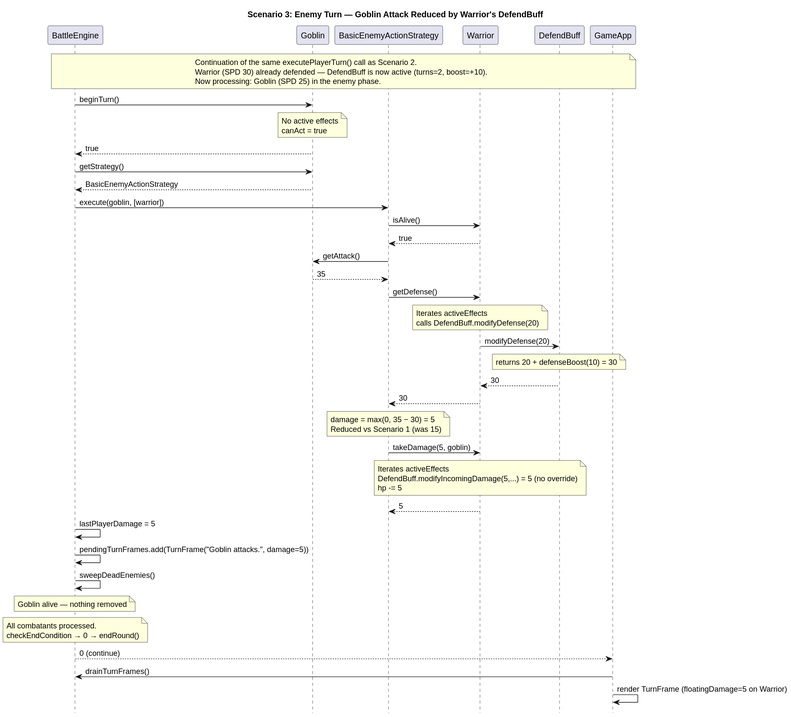
Earlier version of the PlantUML export newdiag/sequence/Sequence_3.svg (YongzhangLiu/sc2002-combat-arena).
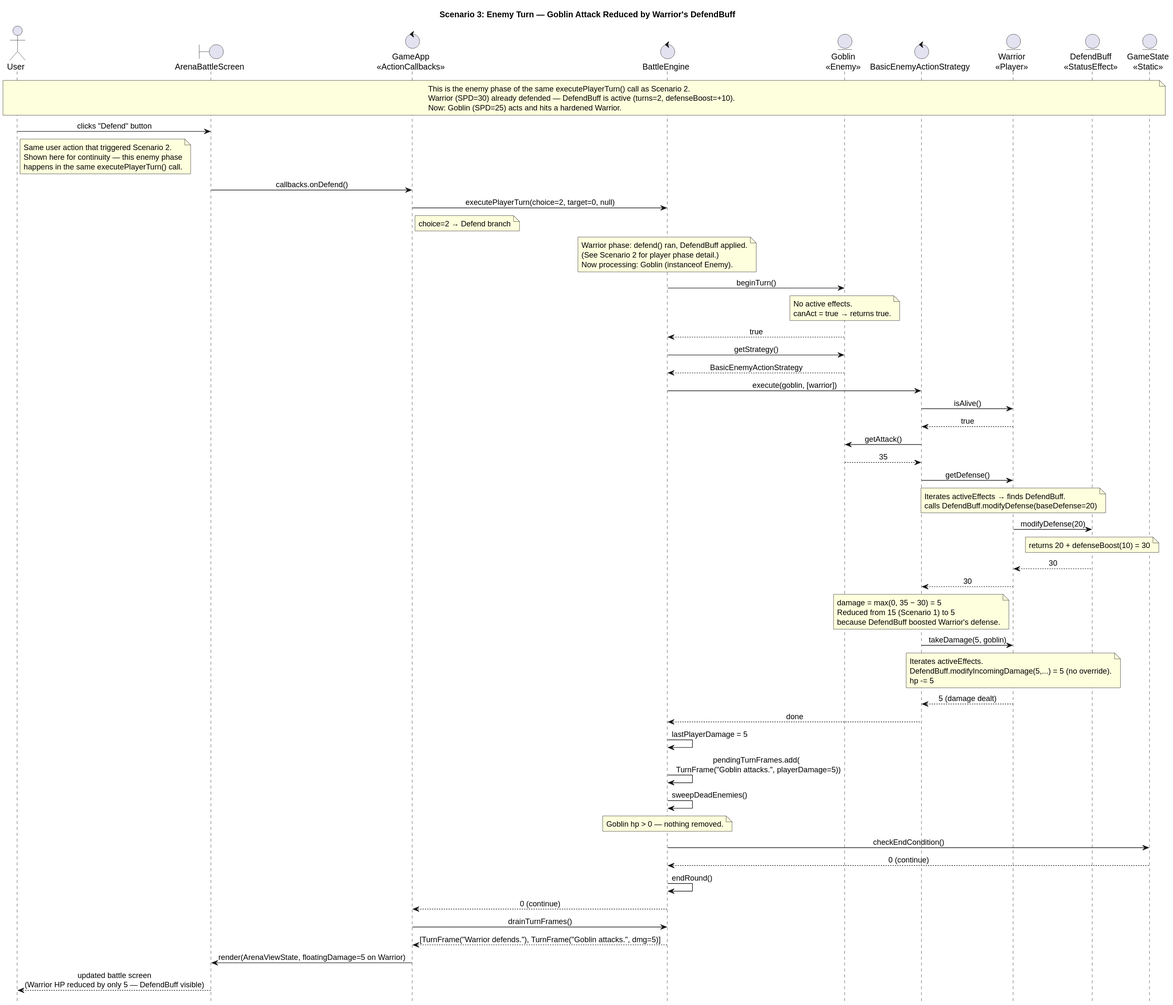
The same diagram one commit later.

Diff of the diagram source:
```diff
@@ -2,21 +2,47 @@
 hide footbox
 title Scenario 3: Enemy Turn — Goblin Attack Reduced by Warrior's DefendBuff
 
-participant "BattleEngine" as Engine
-participant "Goblin" as Goblin
-participant "BasicEnemyActionStrategy" as Strategy
-participant "Warrior" as Warrior
-participant "DefendBuff" as Buff
-participant "GameApp" as App
+skinparam sequenceMessageAlign center
+skinparam responseMessageBelowArrow true
 
-note over Engine, App
-  Continuation of the same executePlayerTurn() call as Scenario 2.
-  Warrior (SPD 30) already defended — DefendBuff is now active (turns=2, boost=+10).
-  Now processing: Goblin (SPD 25) in the enemy phase.
+actor       "User"                         as User
+boundary    "ArenaBattleScreen"            as Screen
+control     "GameApp\n<<ActionCallbacks>>" as App
+control     "BattleEngine"                 as Engine
+entity      "Goblin\n<<Enemy>>"            as Goblin
+control     "BasicEnemyActionStrategy"     as Strategy
+entity      "Warrior\n<<Player>>"          as Warrior
+entity      "DefendBuff\n<<StatusEffect>>" as Buff
+entity      "GameState\n<<Static>>"        as State
+
+note over User, State
+  This is the enemy phase of the same executePlayerTurn() call as Scenario 2.
+  Warrior (SPD=30) already defended — DefendBuff is active (turns=2, defenseBoost=+10).
+  Now: Goblin (SPD=25) acts and hits a hardened Warrior.
+end note
+
+User -> Screen : clicks "Defend" button
+note right of User
+  Same user action that triggered Scenario 2.
+  Shown here for continuity — this enemy phase
+  happens in the same executePlayerTurn() call.
+end note
+
+Screen -> App : callbacks.onDefend()
+App -> Engine : executePlayerTurn(choice=2, target=0, null)
+note right of App : choice=2 → Defend branch
+
+note over Engine
+  Warrior phase: defend() ran, DefendBuff applied.
+  (See Scenario 2 for player phase detail.)
+  Now processing: Goblin (instanceof Enemy).
 end note
 
 Engine -> Goblin : beginTurn()
-note over Goblin : No active effects\ncanAct = true
+note over Goblin
+  No active effects.
+  canAct = true → returns true.
+end note
 Goblin --> Engine : true
 
 Engine -> Goblin : getStrategy()
@@ -25,30 +51,47 @@
 Engine -> Strategy : execute(goblin, [warrior])
 Strategy -> Warrior : isAlive()
 Warrior --> Strategy : true
+
 Strategy -> Goblin : getAttack()
 Goblin --> Strategy : 35
 
 Strategy -> Warrior : getDefense()
-note over Warrior : Iterates activeEffects\ncalls DefendBuff.modifyDefense(20)
+note over Warrior
+  Iterates activeEffects → finds DefendBuff.
+  calls DefendBuff.modifyDefense(baseDefense=20)
+end note
 Warrior -> Buff : modifyDefense(20)
 note over Buff : returns 20 + defenseBoost(10) = 30
 Buff --> Warrior : 30
 Warrior --> Strategy : 30
 
-note over Strategy : damage = max(0, 35 − 30) = 5\nReduced vs Scenario 1 (was 15)
+note over Strategy
+  damage = max(0, 35 − 30) = 5
+  Reduced from 15 (Scenario 1) to 5
+  because DefendBuff boosted Warrior's defense.
+end note
 
 Strategy -> Warrior : takeDamage(5, goblin)
-note over Warrior : Iterates activeEffects\nDefendBuff.modifyIncomingDamage(5,...) = 5 (no override)\nhp -= 5
-Warrior --> Strategy : 5
+note over Warrior
+  Iterates activeEffects.
+  DefendBuff.modifyIncomingDamage(5,...) = 5 (no override).
+  hp -= 5
+end note
+Warrior --> Strategy : 5 (damage dealt)
+Strategy --> Engine : done
 
 Engine -> Engine : lastPlayerDamage = 5
-Engine -> Engine : pendingTurnFrames.add(TurnFrame("Goblin attacks.", damage=5))
+Engine -> Engine : pendingTurnFrames.add(\n  TurnFrame("Goblin attacks.", playerDamage=5))
 Engine -> Engine : sweepDeadEnemies()
-note over Engine : Goblin alive — nothing removed
+note over Engine : Goblin hp > 0 — nothing removed.
 
-note over Engine : All combatants processed.\ncheckEndCondition → 0 → endRound()
+Engine -> State : checkEndCondition()
+State --> Engine : 0 (continue)
+Engine -> Engine : endRound()
+Engine --> App : 0 (continue)
 
-Engine --> App : 0 (continue)
 App -> Engine : drainTurnFrames()
-App -> App : render TurnFrame (floatingDamage=5 on Warrior)
+Engine --> App : [TurnFrame("Warrior defends."), TurnFrame("Goblin attacks.", dmg=5)]
+App -> Screen : render(ArenaViewState, floatingDamage=5 on Warrior)
+Screen --> User : updated battle screen\n(Warrior HP reduced by only 5 — DefendBuff visible)
 @enduml
```
